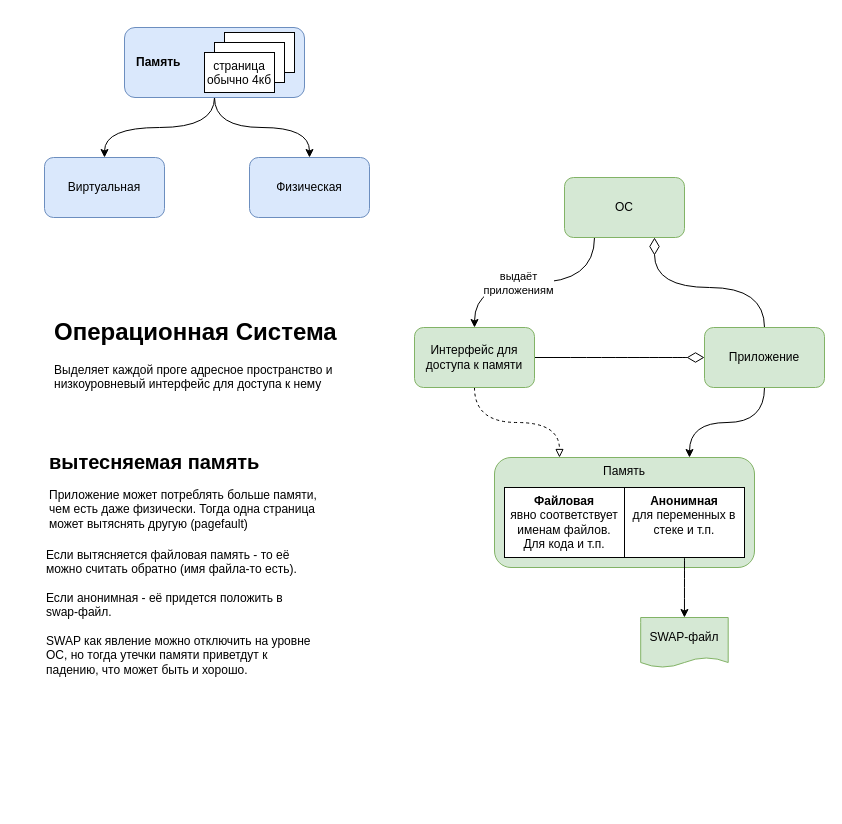
Above: ram_memory.drawio in MorKaragh/summaries (draw.io), before the change. Source tidied: cells renumbered, new cells numbered last; positions are measured from the earlier drawing's top-left corner, leaving out a move shared by most shapes. Both pictures are drawn from the tidied source at 100%, with x=0, y=0 at pixel (44, 27).
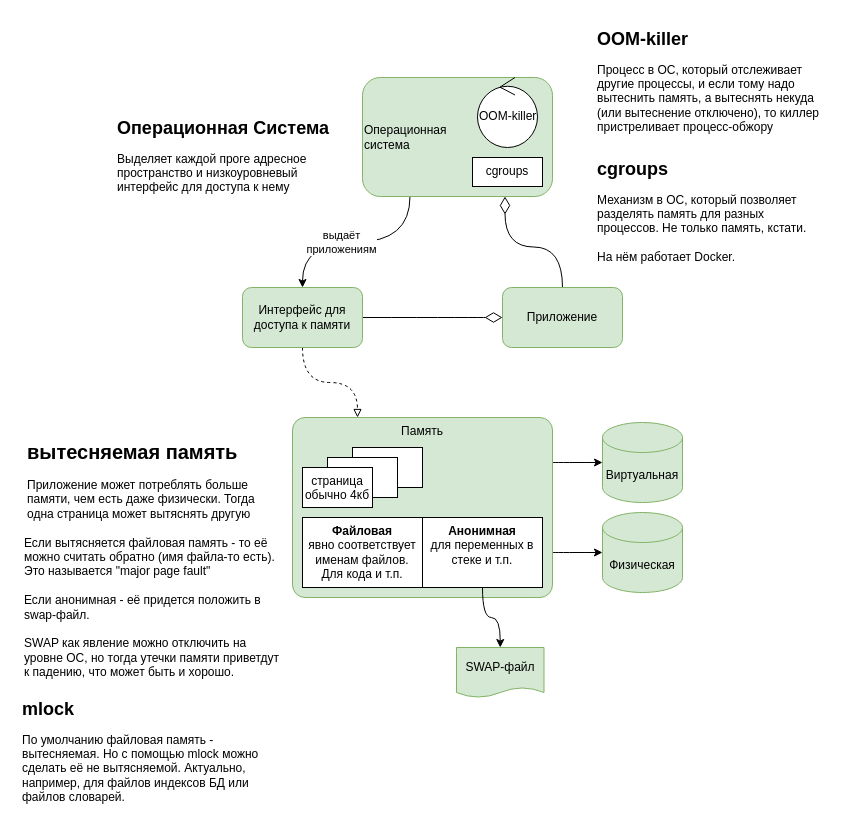
The same page after the edit.

What changed in the source:
```diff
@@
-    <mxCell id="2" style="edgeStyle=orthogonalEdgeStyle;rounded=0;jettySize=auto;html=1;curved=1;exitX=0.5;exitY=1;exitDx=0;exitDy=0;" parent="1" edge="1" source="4" target="5">
-      <mxGeometry relative="1" as="geometry" />
-    </mxCell>
-    <mxCell id="3" style="edgeStyle=orthogonalEdgeStyle;curved=1;rounded=0;jettySize=auto;html=1;exitX=0.5;exitY=1;exitDx=0;exitDy=0;" parent="1" edge="1" source="4" target="6">
-      <mxGeometry relative="1" as="geometry" />
-    </mxCell>
-    <mxCell id="4" value="&amp;nbsp;&amp;nbsp; &lt;b&gt;Память&lt;/b&gt;" style="rounded=1;whiteSpace=wrap;html=1;fillColor=#dae8fc;strokeColor=#6c8ebf;align=left;" parent="1" vertex="1">
-      <mxGeometry x="80" width="180" height="70" as="geometry" />
-    </mxCell>
-    <mxCell id="5" value="Физическая" style="whiteSpace=wrap;html=1;rounded=1;fillColor=#dae8fc;strokeColor=#6c8ebf;" parent="1" vertex="1">
-      <mxGeometry x="205" y="130" width="120" height="60" as="geometry" />
-    </mxCell>
-    <mxCell id="6" value="Виртуальная" style="whiteSpace=wrap;html=1;rounded=1;fillColor=#dae8fc;strokeColor=#6c8ebf;" parent="1" vertex="1">
-      <mxGeometry y="130" width="120" height="60" as="geometry" />
-    </mxCell>
-    <mxCell id="7" value="&lt;h1&gt;Операционная Система&lt;br&gt;&lt;/h1&gt;Выделяет каждой проге адресное пространство и низкоуровневый интерфейс для доступа к нему" style="text;html=1;strokeColor=none;fillColor=none;spacing=5;spacingTop=-20;whiteSpace=wrap;overflow=hidden;rounded=0;" parent="1" vertex="1">
-      <mxGeometry x="5" y="285" width="330" height="90" as="geometry" />
+    <mxCell id="7" value="&lt;h1 style=&quot;font-size: 18px&quot;&gt;Операционная Система&lt;br&gt;&lt;/h1&gt;Выделяет каждой проге адресное пространство и низкоуровневый интерфейс для доступа к нему" style="text;html=1;strokeColor=none;fillColor=none;spacing=5;spacingTop=-20;whiteSpace=wrap;overflow=hidden;rounded=0;" parent="1" vertex="1">
+      <mxGeometry x="68" y="89" width="230" height="90" as="geometry" />
     </mxCell>
@@
-    <mxCell id="11" value="ОС" style="whiteSpace=wrap;html=1;rounded=1;fillColor=#d5e8d4;strokeColor=#82b366;" parent="1" vertex="1">
-      <mxGeometry x="520" y="150" width="120" height="60" as="geometry" />
+    <mxCell id="11" value="&lt;div&gt;Операционная &lt;br&gt;&lt;/div&gt;&lt;div&gt;система&lt;/div&gt;" style="whiteSpace=wrap;html=1;rounded=1;fillColor=#d5e8d4;strokeColor=#82b366;verticalAlign=middle;align=left;" parent="1" vertex="1">
+      <mxGeometry x="318" y="50" width="190" height="119" as="geometry" />
     </mxCell>
@@
-    <mxCell id="13" style="edgeStyle=orthogonalEdgeStyle;curved=1;rounded=0;jettySize=auto;html=1;exitX=0.5;exitY=1;exitDx=0;exitDy=0;entryX=0.75;entryY=0;entryDx=0;entryDy=0;" parent="1" edge="1" source="14" target="17">
-      <mxGeometry relative="1" as="geometry" />
-    </mxCell>
     <mxCell id="14" value="Приложение" style="whiteSpace=wrap;html=1;rounded=1;fillColor=#d5e8d4;strokeColor=#82b366;" parent="1" vertex="1">
-      <mxGeometry x="660" y="300" width="120" height="60" as="geometry" />
+      <mxGeometry x="458" y="260" width="120" height="60" as="geometry" />
     </mxCell>
@@
     <mxCell id="16" value="Интерфейс для доступа к памяти" style="whiteSpace=wrap;html=1;rounded=1;fillColor=#d5e8d4;strokeColor=#82b366;" parent="1" vertex="1">
-      <mxGeometry x="370" y="300" width="120" height="60" as="geometry" />
+      <mxGeometry x="198" y="260" width="120" height="60" as="geometry" />
     </mxCell>
+    <mxCell id="27" style="edgeStyle=orthogonalEdgeStyle;curved=1;rounded=0;jettySize=auto;html=1;exitX=1;exitY=0.25;exitDx=0;exitDy=0;entryX=0;entryY=0.5;entryDx=0;entryDy=0;entryPerimeter=0;" parent="1" edge="1" source="17" target="6">
+      <mxGeometry relative="1" as="geometry" />
+    </mxCell>
+    <mxCell id="28" style="edgeStyle=orthogonalEdgeStyle;curved=1;rounded=0;jettySize=auto;html=1;exitX=1;exitY=0.75;exitDx=0;exitDy=0;entryX=0;entryY=0.5;entryDx=0;entryDy=0;entryPerimeter=0;" parent="1" edge="1" source="17" target="5">
+      <mxGeometry relative="1" as="geometry" />
+    </mxCell>
-    <mxCell id="17" value="Память" style="whiteSpace=wrap;html=1;rounded=1;fillColor=#d5e8d4;strokeColor=#82b366;verticalAlign=top;align=center;" parent="1" vertex="1">
-      <mxGeometry x="450" y="430" width="260" height="110" as="geometry" />
+    <mxCell id="17" value="Память" style="whiteSpace=wrap;html=1;rounded=1;fillColor=#d5e8d4;strokeColor=#82b366;verticalAlign=top;align=center;arcSize=7;" parent="1" vertex="1">
+      <mxGeometry x="248" y="390" width="260" height="180" as="geometry" />
     </mxCell>
     <mxCell id="18" value="&lt;div&gt;&lt;b&gt;Файловая&lt;/b&gt;&lt;/div&gt;&lt;div&gt;явно соответствует именам файлов. Для кода и т.п.&lt;br&gt;&lt;/div&gt;" style="rounded=0;whiteSpace=wrap;html=1;align=center;verticalAlign=top;" parent="1" vertex="1">
-      <mxGeometry x="460" y="460" width="120" height="70" as="geometry" />
+      <mxGeometry x="258" y="490" width="120" height="70" as="geometry" />
     </mxCell>
@@
     <mxCell id="20" value="&lt;div&gt;&lt;b&gt;Анонимная&lt;/b&gt;&lt;/div&gt;&lt;div&gt;для переменных в стеке и т.п.&lt;br&gt;&lt;/div&gt;" style="rounded=0;whiteSpace=wrap;html=1;align=center;verticalAlign=top;" parent="1" vertex="1">
-      <mxGeometry x="580" y="460" width="120" height="70" as="geometry" />
+      <mxGeometry x="378" y="490" width="120" height="70" as="geometry" />
     </mxCell>
-    <mxCell id="21" value="&lt;h1 style=&quot;font-size: 20px&quot;&gt;вытесняемая память&lt;br&gt;&lt;/h1&gt;&lt;p&gt;Приложение может потреблять больше памяти, чем есть даже физически. Тогда одна страница может вытяснять другую (pagefault)&lt;br&gt;&lt;/p&gt;" style="text;html=1;strokeColor=none;fillColor=none;spacing=5;spacingTop=-20;whiteSpace=wrap;overflow=hidden;rounded=0;align=left;verticalAlign=top;" parent="1" vertex="1">
-      <mxGeometry y="420" width="290" height="100" as="geometry" />
+    <mxCell id="21" value="&lt;h1 style=&quot;font-size: 20px&quot;&gt;вытесняемая память&lt;br&gt;&lt;/h1&gt;&lt;p&gt;Приложение может потреблять больше памяти, чем есть даже физически. Тогда одна страница может вытяснять другую&lt;br&gt;&lt;/p&gt;" style="text;html=1;strokeColor=none;fillColor=none;spacing=5;spacingTop=-20;whiteSpace=wrap;overflow=hidden;rounded=0;align=left;verticalAlign=top;" parent="1" vertex="1">
+      <mxGeometry x="-22" y="410" width="250" height="100" as="geometry" />
     </mxCell>
     <mxCell id="22" style="rounded=0;whiteSpace=wrap;html=1;align=center;verticalAlign=top;" parent="1" vertex="1">
-      <mxGeometry x="180" y="5" width="70" height="40" as="geometry" />
+      <mxGeometry x="308" y="420" width="70" height="40" as="geometry" />
     </mxCell>
     <mxCell id="23" style="rounded=0;whiteSpace=wrap;html=1;align=center;verticalAlign=top;" parent="1" vertex="1">
-      <mxGeometry x="170" y="15" width="70" height="40" as="geometry" />
+      <mxGeometry x="283" y="430" width="70" height="40" as="geometry" />
     </mxCell>
     <mxCell id="24" value="страница обычно 4кб" style="rounded=0;whiteSpace=wrap;html=1;align=center;verticalAlign=top;" parent="1" vertex="1">
-      <mxGeometry x="160" y="25" width="70" height="40" as="geometry" />
+      <mxGeometry x="258" y="440" width="70" height="40" as="geometry" />
     </mxCell>
     <mxCell id="25" value="SWAP-файл" style="shape=document;whiteSpace=wrap;html=1;boundedLbl=1;align=center;verticalAlign=middle;size=0.2;fillColor=#d5e8d4;strokeColor=#82b366;" parent="1" vertex="1">
-      <mxGeometry x="596.2" y="590" width="87.5" height="50" as="geometry" />
+      <mxGeometry x="412" y="620" width="87.5" height="50" as="geometry" />
     </mxCell>
-    <mxCell id="26" value="&lt;div&gt;Если вытясняется файловая память - то её можно считать обратно (имя файла-то есть). &lt;br&gt;&lt;/div&gt;&lt;div&gt;&lt;br&gt;&lt;/div&gt;&lt;div&gt;Если анонимная - её придется положить в swap-файл. &lt;br&gt;&lt;/div&gt;&lt;div&gt;&lt;br&gt;&lt;/div&gt;&lt;div&gt;SWAP как явление можно отключить на уровне ОС, но тогда утечки памяти приветдут к падению, что может быть и хорошо.&lt;/div&gt;" style="text;html=1;strokeColor=none;fillColor=none;align=left;verticalAlign=middle;whiteSpace=wrap;rounded=0;" parent="1" vertex="1">
-      <mxGeometry y="515" width="270" height="140" as="geometry" />
+    <mxCell id="26" value="&lt;div&gt;Если вытясняется файловая память - то её можно считать обратно (имя файла-то есть). Это называется &quot;major page fault&quot;&lt;br&gt;&lt;/div&gt;&lt;div&gt;&lt;br&gt;&lt;/div&gt;&lt;div&gt;Если анонимная - её придется положить в swap-файл. &lt;br&gt;&lt;/div&gt;&lt;div&gt;&lt;br&gt;&lt;/div&gt;&lt;div&gt;SWAP как явление можно отключить на уровне ОС, но тогда утечки памяти приветдут к падению, что может быть и хорошо.&lt;/div&gt;" style="text;html=1;strokeColor=none;fillColor=none;align=left;verticalAlign=middle;whiteSpace=wrap;rounded=0;" parent="1" vertex="1">
+      <mxGeometry x="-22" y="500" width="260" height="160" as="geometry" />
     </mxCell>
+    <mxCell id="29" value="&lt;h1 style=&quot;font-size: 18px&quot;&gt;mlock&lt;br&gt;&lt;/h1&gt;&lt;p&gt;По умолчанию файловая память - вытесняемая. Но с помощью mlock можно сделать её не вытясняемой. Актуально, например, для файлов индексов БД или файлов словарей.&lt;br&gt;&lt;/p&gt;" style="text;html=1;strokeColor=none;fillColor=none;spacing=5;spacingTop=-20;whiteSpace=wrap;overflow=hidden;rounded=0;align=left;verticalAlign=top;" parent="1" vertex="1">
+      <mxGeometry x="-27" y="670" width="260" height="110" as="geometry" />
+    </mxCell>
+    <mxCell id="30" value="OOM-killer" style="ellipse;shape=umlControl;whiteSpace=wrap;html=1;align=left;verticalAlign=middle;" parent="1" vertex="1">
+      <mxGeometry x="433" y="50" width="60" height="70" as="geometry" />
+    </mxCell>
+    <mxCell id="31" value="&lt;h1 style=&quot;font-size: 18px&quot;&gt;OOM-killer&lt;br&gt;&lt;/h1&gt;Процесс в ОС, который отслеживает другие процессы, и если тому надо вытеснить память, а вытеснять некуда (или вытеснение отключено), то киллер пристреливает процесс-обжору" style="text;html=1;strokeColor=none;fillColor=none;spacing=5;spacingTop=-20;whiteSpace=wrap;overflow=hidden;rounded=0;" parent="1" vertex="1">
+      <mxGeometry x="548" width="230" height="111" as="geometry" />
+    </mxCell>
+    <mxCell id="6" value="Виртуальная" style="shape=cylinder3;whiteSpace=wrap;html=1;boundedLbl=1;backgroundOutline=1;size=15;align=center;verticalAlign=middle;fillColor=#d5e8d4;strokeColor=#82b366;" parent="1" vertex="1">
+      <mxGeometry x="558" y="395" width="80" height="80" as="geometry" />
+    </mxCell>
+    <mxCell id="5" value="Физическая" style="shape=cylinder3;whiteSpace=wrap;html=1;boundedLbl=1;backgroundOutline=1;size=15;align=center;verticalAlign=middle;fillColor=#d5e8d4;strokeColor=#82b366;" parent="1" vertex="1">
+      <mxGeometry x="558" y="485" width="80" height="80" as="geometry" />
+    </mxCell>
+    <mxCell id="32" value="&lt;h1 style=&quot;font-size: 18px&quot;&gt;cgroups&lt;br&gt;&lt;/h1&gt;&lt;div&gt;Механизм в ОС, который позволяет разделять память для разных процессов. Не только память, кстати.&lt;/div&gt;&lt;div&gt;&lt;br&gt;&lt;/div&gt;&lt;div&gt;На нём работает Docker.&lt;br&gt;&lt;/div&gt;" style="text;html=1;strokeColor=none;fillColor=none;spacing=5;spacingTop=-20;whiteSpace=wrap;overflow=hidden;rounded=0;" parent="1" vertex="1">
+      <mxGeometry x="548" y="130" width="230" height="111" as="geometry" />
+    </mxCell>
+    <mxCell id="33" value="cgroups" style="rounded=0;whiteSpace=wrap;html=1;align=center;verticalAlign=top;" parent="1" vertex="1">
+      <mxGeometry x="428" y="130" width="70" height="29" as="geometry" />
+    </mxCell>
```
